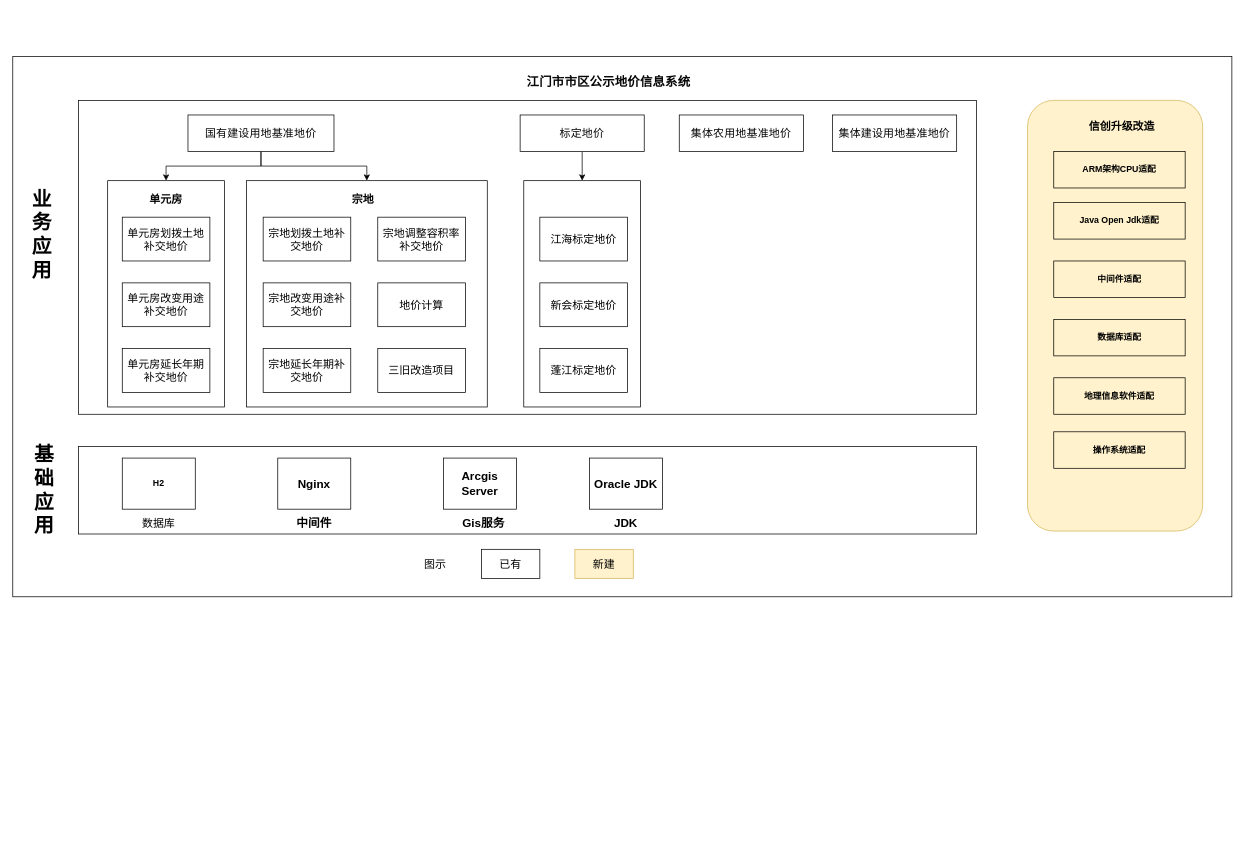
This is UML/江门地价信创系统架构图-V2.drawio from LonelyCodelang/docs, a draw.io file, before an edit. Source tidied: cells renumbered, new cells numbered last; positions are measured from the earlier drawing's top-left corner, leaving out a move shared by most shapes. Both pictures are drawn from the tidied source at 73%, with x=0, y=0 at pixel (12, 56).
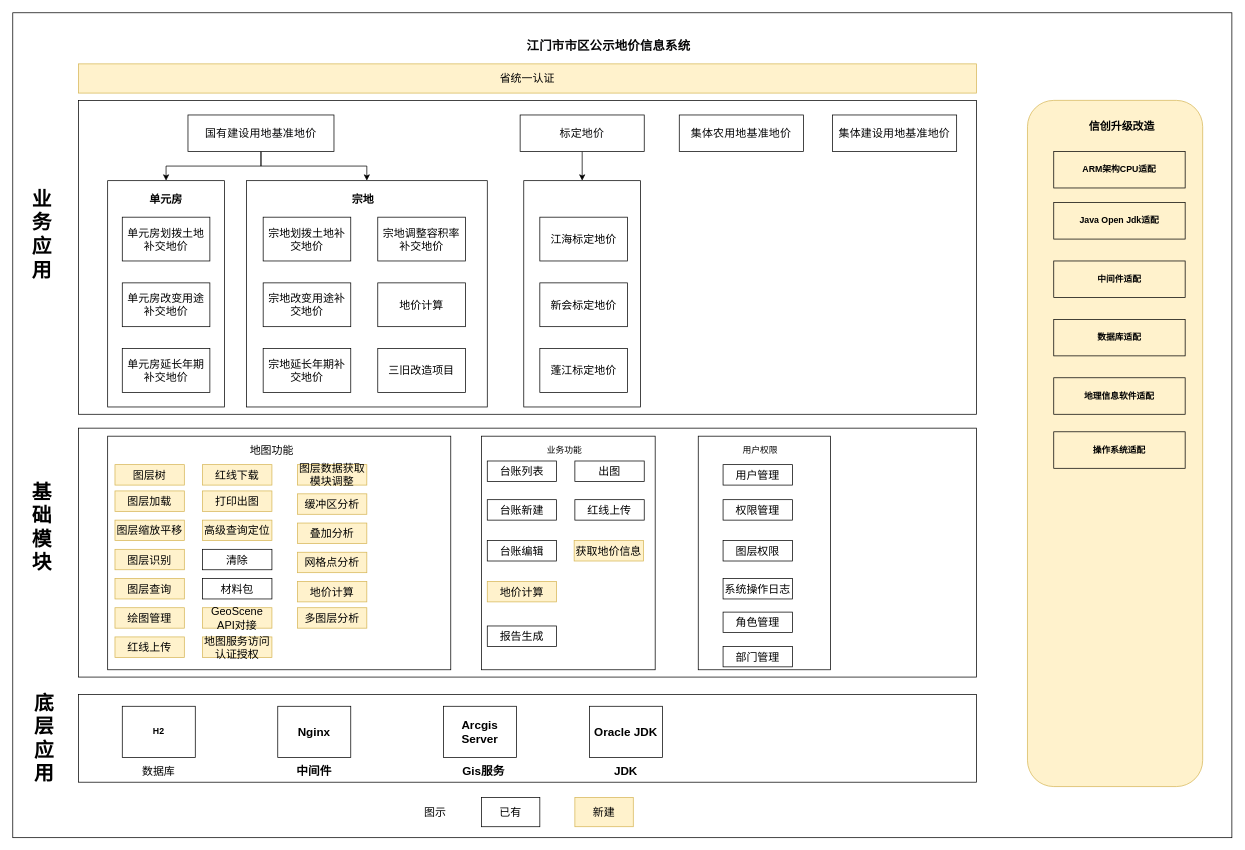
The same diagram, later.

Commit message:
更新江门地价信创系统架构图-V2.drawio

The edit, as a diff of the source:
```diff
@@
-    <mxCell id="2" style="whiteSpace=wrap;html=1;" parent="1" vertex="1">
-      <mxGeometry width="1670" height="740" as="geometry" />
-    </mxCell>
+    <mxCell id="54" style="rounded=0;whiteSpace=wrap;html=1;" parent="1" vertex="1">
+      <mxGeometry y="-60" width="1670" height="1130" as="geometry" />
+    </mxCell>
     <mxCell id="3" style="rounded=0;whiteSpace=wrap;html=1;" parent="1" vertex="1">
-      <mxGeometry x="90" y="534" width="1230" height="120" as="geometry" />
+      <mxGeometry x="90" y="874" width="1230" height="120" as="geometry" />
     </mxCell>
@@
-    <mxCell id="6" value="基础应用" style="text;html=1;align=center;verticalAlign=middle;whiteSpace=wrap;rounded=0;fontStyle=1;horizontal=1;fontSize=27;" parent="1" vertex="1">
-      <mxGeometry x="33" y="530" width="20" height="128" as="geometry" />
+    <mxCell id="6" value="底层应用" style="text;html=1;align=center;verticalAlign=middle;whiteSpace=wrap;rounded=0;fontStyle=1;horizontal=1;fontSize=27;" parent="1" vertex="1">
+      <mxGeometry x="33" y="870" width="20" height="128" as="geometry" />
     </mxCell>
     <mxCell id="7" value="&lt;span style=&quot;color: rgb(6, 6, 7); font-family: -apple-system, blinkmacsystemfont, &amp;quot;Helvetica Neue&amp;quot;, helvetica, &amp;quot;segoe ui&amp;quot;, arial, roboto, &amp;quot;PingFang SC&amp;quot;, miui, &amp;quot;Hiragino Sans GB&amp;quot;, &amp;quot;Microsoft Yahei&amp;quot;, sans-serif; font-size: 17px; letter-spacing: 0.25px; text-align: start; white-space-collapse: preserve; background-color: rgb(255, 255, 255);&quot;&gt;江门市市区公示地价信息系统&lt;/span&gt;" style="text;html=1;align=center;verticalAlign=middle;whiteSpace=wrap;rounded=0;fontSize=17;fontStyle=1;" parent="1" vertex="1">
-      <mxGeometry x="695" y="20" width="243" height="30" as="geometry" />
+      <mxGeometry x="695" y="-30" width="243" height="30" as="geometry" />
     </mxCell>
@@
     <mxCell id="32" style="group;fontStyle=1;" parent="1" vertex="1">
-      <mxGeometry x="150" y="550" width="100" height="104" as="geometry" />
+      <mxGeometry x="150" y="890" width="100" height="104" as="geometry" />
     </mxCell>
@@
     <mxCell id="35" style="group;fontStyle=1;" parent="1" vertex="1">
-      <mxGeometry x="363" y="550" width="100" height="104" as="geometry" />
+      <mxGeometry x="363" y="890" width="100" height="104" as="geometry" />
     </mxCell>
@@
     <mxCell id="38" style="group;fontStyle=1;" parent="1" vertex="1">
-      <mxGeometry x="790" y="550" width="100" height="104" as="geometry" />
+      <mxGeometry x="790" y="890" width="100" height="104" as="geometry" />
     </mxCell>
@@
     <mxCell id="41" style="rounded=1;whiteSpace=wrap;html=1;labelBackgroundColor=none;noLabel=1;fillColor=#fff2cc;strokeColor=#d6b656;" parent="1" vertex="1">
-      <mxGeometry x="1390" y="60" width="240" height="590" as="geometry" />
+      <mxGeometry x="1390" y="60" width="240" height="940" as="geometry" />
     </mxCell>
@@
     <mxCell id="43" value="&lt;p class=&quot;MsoNormal&quot;&gt;&lt;span style=&quot;mso-spacerun:'yes';font-family:宋体;font-size:12.0000pt;&lt;br/&gt;mso-font-kerning:1.0000pt;&quot;&gt;&lt;b&gt;Arcgis Server&lt;/b&gt;&lt;/span&gt;&lt;/p&gt;" style="whiteSpace=wrap;html=1;" parent="1" vertex="1">
-      <mxGeometry x="590" y="550" width="100" height="70" as="geometry" />
+      <mxGeometry x="590" y="890" width="100" height="70" as="geometry" />
     </mxCell>
     <mxCell id="44" value="&lt;p class=&quot;MsoNormal&quot;&gt;&lt;span style=&quot;mso-spacerun:'yes';font-family:宋体;font-size:12.0000pt;&lt;br/&gt;mso-font-kerning:1.0000pt;&quot;&gt;&lt;b&gt;Gis服务&lt;/b&gt;&lt;/span&gt;&lt;/p&gt;" style="text;html=1;align=center;verticalAlign=middle;whiteSpace=wrap;rounded=0;fontSize=15;" parent="1" vertex="1">
-      <mxGeometry x="610" y="624" width="70" height="30" as="geometry" />
+      <mxGeometry x="610" y="964" width="70" height="30" as="geometry" />
     </mxCell>
@@
     <mxCell id="51" value="图示" style="text;html=1;align=center;verticalAlign=middle;whiteSpace=wrap;rounded=0;fontSize=15;" parent="1" vertex="1">
-      <mxGeometry x="549" y="680" width="60" height="30" as="geometry" />
+      <mxGeometry x="549" y="1020" width="60" height="30" as="geometry" />
     </mxCell>
     <mxCell id="52" value="已有" style="rounded=0;whiteSpace=wrap;html=1;fontSize=15;" parent="1" vertex="1">
-      <mxGeometry x="642" y="675" width="80" height="40" as="geometry" />
+      <mxGeometry x="642" y="1015" width="80" height="40" as="geometry" />
     </mxCell>
     <mxCell id="53" value="新建" style="rounded=0;whiteSpace=wrap;html=1;fontSize=15;fillColor=#fff2cc;strokeColor=#d6b656;" parent="1" vertex="1">
-      <mxGeometry x="770" y="675" width="80" height="40" as="geometry" />
+      <mxGeometry x="770" y="1015" width="80" height="40" as="geometry" />
     </mxCell>
+    <mxCell id="55" style="rounded=0;whiteSpace=wrap;html=1;" parent="1" vertex="1">
+      <mxGeometry x="90" y="509" width="1230" height="341" as="geometry" />
+    </mxCell>
+    <mxCell id="56" style="rounded=0;whiteSpace=wrap;html=1;" parent="1" vertex="1">
+      <mxGeometry x="130" y="520" width="470" height="320" as="geometry" />
+    </mxCell>
+    <mxCell id="57" value="省统一认证" style="rounded=0;whiteSpace=wrap;html=1;fontSize=15;fontStyle=0;fillColor=#fff2cc;strokeColor=#d6b656;" parent="1" vertex="1">
+      <mxGeometry x="90" y="10" width="1230" height="40" as="geometry" />
+    </mxCell>
+    <mxCell id="58" value="地图功能" style="text;html=1;align=center;verticalAlign=middle;whiteSpace=wrap;rounded=0;fontSize=15;" parent="1" vertex="1">
+      <mxGeometry x="290" y="524" width="130" height="30" as="geometry" />
+    </mxCell>
+    <mxCell id="59" style="rounded=0;whiteSpace=wrap;html=1;" parent="1" vertex="1">
+      <mxGeometry x="642" y="520" width="238" height="320" as="geometry" />
+    </mxCell>
+    <mxCell id="60" value="业务功能" style="text;html=1;align=center;verticalAlign=middle;whiteSpace=wrap;rounded=0;" parent="1" vertex="1">
+      <mxGeometry x="726" y="524" width="60" height="30" as="geometry" />
+    </mxCell>
+    <mxCell id="61" style="rounded=0;whiteSpace=wrap;html=1;" parent="1" vertex="1">
+      <mxGeometry x="939" y="520" width="181" height="320" as="geometry" />
+    </mxCell>
+    <mxCell id="62" value="用户权限" style="text;html=1;align=center;verticalAlign=middle;whiteSpace=wrap;rounded=0;" parent="1" vertex="1">
+      <mxGeometry x="994" y="524" width="60" height="30" as="geometry" />
+    </mxCell>
+    <mxCell id="63" value="图层树" style="rounded=0;whiteSpace=wrap;html=1;fillColor=#fff2cc;strokeColor=#d6b656;fontSize=15;" parent="1" vertex="1">
+      <mxGeometry x="140" y="559" width="95" height="28" as="geometry" />
+    </mxCell>
+    <mxCell id="64" value="图层加载" style="rounded=0;whiteSpace=wrap;html=1;fillColor=#fff2cc;strokeColor=#d6b656;fontSize=15;" parent="1" vertex="1">
+      <mxGeometry x="140" y="595" width="95" height="28" as="geometry" />
+    </mxCell>
+    <mxCell id="65" value="图层缩放平移" style="rounded=0;whiteSpace=wrap;html=1;fillColor=#fff2cc;strokeColor=#d6b656;fontSize=15;" parent="1" vertex="1">
+      <mxGeometry x="140" y="635" width="95" height="28" as="geometry" />
+    </mxCell>
+    <mxCell id="66" value="图层识别" style="rounded=0;whiteSpace=wrap;html=1;fillColor=#fff2cc;strokeColor=#d6b656;fontSize=15;" parent="1" vertex="1">
+      <mxGeometry x="140" y="675" width="95" height="28" as="geometry" />
+    </mxCell>
+    <mxCell id="67" value="图层查询" style="rounded=0;whiteSpace=wrap;html=1;fillColor=#fff2cc;strokeColor=#d6b656;fontSize=15;" parent="1" vertex="1">
+      <mxGeometry x="140" y="715" width="95" height="28" as="geometry" />
+    </mxCell>
+    <mxCell id="68" value="绘图管理" style="rounded=0;whiteSpace=wrap;html=1;fillColor=#fff2cc;strokeColor=#d6b656;fontSize=15;" parent="1" vertex="1">
+      <mxGeometry x="140" y="755" width="95" height="28" as="geometry" />
+    </mxCell>
+    <mxCell id="69" value="红线上传" style="rounded=0;whiteSpace=wrap;html=1;fillColor=#fff2cc;strokeColor=#d6b656;fontSize=15;" parent="1" vertex="1">
+      <mxGeometry x="140" y="795" width="95" height="28" as="geometry" />
+    </mxCell>
+    <mxCell id="70" value="红线下载" style="rounded=0;whiteSpace=wrap;html=1;fillColor=#fff2cc;strokeColor=#d6b656;fontSize=15;" parent="1" vertex="1">
+      <mxGeometry x="260" y="559" width="95" height="28" as="geometry" />
+    </mxCell>
+    <mxCell id="71" value="打印出图" style="rounded=0;whiteSpace=wrap;html=1;fillColor=#fff2cc;strokeColor=#d6b656;fontSize=15;" parent="1" vertex="1">
+      <mxGeometry x="260" y="595" width="95" height="28" as="geometry" />
+    </mxCell>
+    <mxCell id="72" value="高级查询定位" style="rounded=0;whiteSpace=wrap;html=1;fillColor=#fff2cc;strokeColor=#d6b656;fontSize=15;" parent="1" vertex="1">
+      <mxGeometry x="260" y="635" width="95" height="28" as="geometry" />
+    </mxCell>
+    <mxCell id="73" value="清除" style="rounded=0;whiteSpace=wrap;html=1;fontSize=15;" parent="1" vertex="1">
+      <mxGeometry x="260" y="675" width="95" height="28" as="geometry" />
+    </mxCell>
+    <mxCell id="74" value="材料包" style="rounded=0;whiteSpace=wrap;html=1;fontSize=15;" parent="1" vertex="1">
+      <mxGeometry x="260" y="715" width="95" height="28" as="geometry" />
+    </mxCell>
+    <mxCell id="75" value="GeoScene API对接" style="rounded=0;whiteSpace=wrap;html=1;fillColor=#fff2cc;strokeColor=#d6b656;fontSize=15;" parent="1" vertex="1">
+      <mxGeometry x="260" y="755" width="95" height="28" as="geometry" />
+    </mxCell>
+    <mxCell id="76" value="地图服务访问认证授权" style="rounded=0;whiteSpace=wrap;html=1;fillColor=#fff2cc;strokeColor=#d6b656;fontSize=15;" parent="1" vertex="1">
+      <mxGeometry x="260" y="795" width="95" height="28" as="geometry" />
+    </mxCell>
+    <mxCell id="77" value="图层数据获取模块调整" style="rounded=0;whiteSpace=wrap;html=1;fillColor=#fff2cc;strokeColor=#d6b656;fontSize=15;" parent="1" vertex="1">
+      <mxGeometry x="390" y="559" width="95" height="28" as="geometry" />
+    </mxCell>
+    <mxCell id="78" value="缓冲区分析" style="rounded=0;whiteSpace=wrap;html=1;fillColor=#fff2cc;strokeColor=#d6b656;fontSize=15;" parent="1" vertex="1">
+      <mxGeometry x="390" y="599" width="95" height="28" as="geometry" />
+    </mxCell>
+    <mxCell id="79" value="叠加分析" style="rounded=0;whiteSpace=wrap;html=1;fillColor=#fff2cc;strokeColor=#d6b656;fontSize=15;" parent="1" vertex="1">
+      <mxGeometry x="390" y="639" width="95" height="28" as="geometry" />
+    </mxCell>
+    <mxCell id="80" value="网格点分析" style="rounded=0;whiteSpace=wrap;html=1;fillColor=#fff2cc;strokeColor=#d6b656;fontSize=15;" parent="1" vertex="1">
+      <mxGeometry x="390" y="679" width="95" height="28" as="geometry" />
+    </mxCell>
+    <mxCell id="81" value="地价计算" style="rounded=0;whiteSpace=wrap;html=1;fillColor=#fff2cc;strokeColor=#d6b656;fontSize=15;" parent="1" vertex="1">
+      <mxGeometry x="390" y="719" width="95" height="28" as="geometry" />
+    </mxCell>
+    <mxCell id="82" value="多图层分析" style="rounded=0;whiteSpace=wrap;html=1;fillColor=#fff2cc;strokeColor=#d6b656;fontSize=15;" parent="1" vertex="1">
+      <mxGeometry x="390" y="755" width="95" height="28" as="geometry" />
+    </mxCell>
+    <mxCell id="83" value="台账列表" style="rounded=0;whiteSpace=wrap;html=1;fontSize=15;" parent="1" vertex="1">
+      <mxGeometry x="650" y="554" width="95" height="28" as="geometry" />
+    </mxCell>
+    <mxCell id="84" value="台账新建" style="rounded=0;whiteSpace=wrap;html=1;fontSize=15;" parent="1" vertex="1">
+      <mxGeometry x="650" y="607" width="95" height="28" as="geometry" />
+    </mxCell>
+    <mxCell id="85" value="台账编辑" style="rounded=0;whiteSpace=wrap;html=1;fontSize=15;" parent="1" vertex="1">
+      <mxGeometry x="650" y="663" width="95" height="28" as="geometry" />
+    </mxCell>
+    <mxCell id="86" value="地价计算" style="rounded=0;whiteSpace=wrap;html=1;fillColor=#fff2cc;strokeColor=#d6b656;fontSize=15;" parent="1" vertex="1">
+      <mxGeometry x="650" y="719" width="95" height="28" as="geometry" />
+    </mxCell>
+    <mxCell id="87" value="报告生成" style="rounded=0;whiteSpace=wrap;html=1;fontSize=15;" parent="1" vertex="1">
+      <mxGeometry x="650" y="780" width="95" height="28" as="geometry" />
+    </mxCell>
+    <mxCell id="88" value="出图" style="rounded=0;whiteSpace=wrap;html=1;fontSize=15;" parent="1" vertex="1">
+      <mxGeometry x="770" y="554" width="95" height="28" as="geometry" />
+    </mxCell>
+    <mxCell id="89" value="红线上传" style="rounded=0;whiteSpace=wrap;html=1;fontSize=15;" parent="1" vertex="1">
+      <mxGeometry x="770" y="607" width="95" height="28" as="geometry" />
+    </mxCell>
+    <mxCell id="90" value="获取地价信息" style="rounded=0;whiteSpace=wrap;html=1;fillColor=#fff2cc;strokeColor=#d6b656;fontSize=15;" parent="1" vertex="1">
+      <mxGeometry x="769" y="663" width="95" height="28" as="geometry" />
+    </mxCell>
+    <mxCell id="91" value="用户管理" style="rounded=0;whiteSpace=wrap;html=1;fontSize=15;" parent="1" vertex="1">
+      <mxGeometry x="973" y="559" width="95" height="28" as="geometry" />
+    </mxCell>
+    <mxCell id="92" value="权限管理" style="rounded=0;whiteSpace=wrap;html=1;fontSize=15;" parent="1" vertex="1">
+      <mxGeometry x="973" y="607" width="95" height="28" as="geometry" />
+    </mxCell>
+    <mxCell id="93" value="图层权限" style="rounded=0;whiteSpace=wrap;html=1;fontSize=15;" parent="1" vertex="1">
+      <mxGeometry x="973" y="663" width="95" height="28" as="geometry" />
+    </mxCell>
+    <mxCell id="94" value="系统操作日志" style="rounded=0;whiteSpace=wrap;html=1;fontSize=15;" parent="1" vertex="1">
+      <mxGeometry x="973" y="715" width="95" height="28" as="geometry" />
+    </mxCell>
+    <mxCell id="95" value="角色管理" style="rounded=0;whiteSpace=wrap;html=1;fontSize=15;" parent="1" vertex="1">
+      <mxGeometry x="973" y="761" width="95" height="28" as="geometry" />
+    </mxCell>
+    <mxCell id="96" value="部门管理" style="rounded=0;whiteSpace=wrap;html=1;fontSize=15;" parent="1" vertex="1">
+      <mxGeometry x="973" y="808" width="95" height="28" as="geometry" />
+    </mxCell>
+    <mxCell id="97" value="基础模块" style="text;html=1;align=center;verticalAlign=middle;whiteSpace=wrap;rounded=0;fontStyle=1;horizontal=1;fontSize=27;" parent="1" vertex="1">
+      <mxGeometry x="30" y="550" width="20" height="190" as="geometry" />
+    </mxCell>
```
